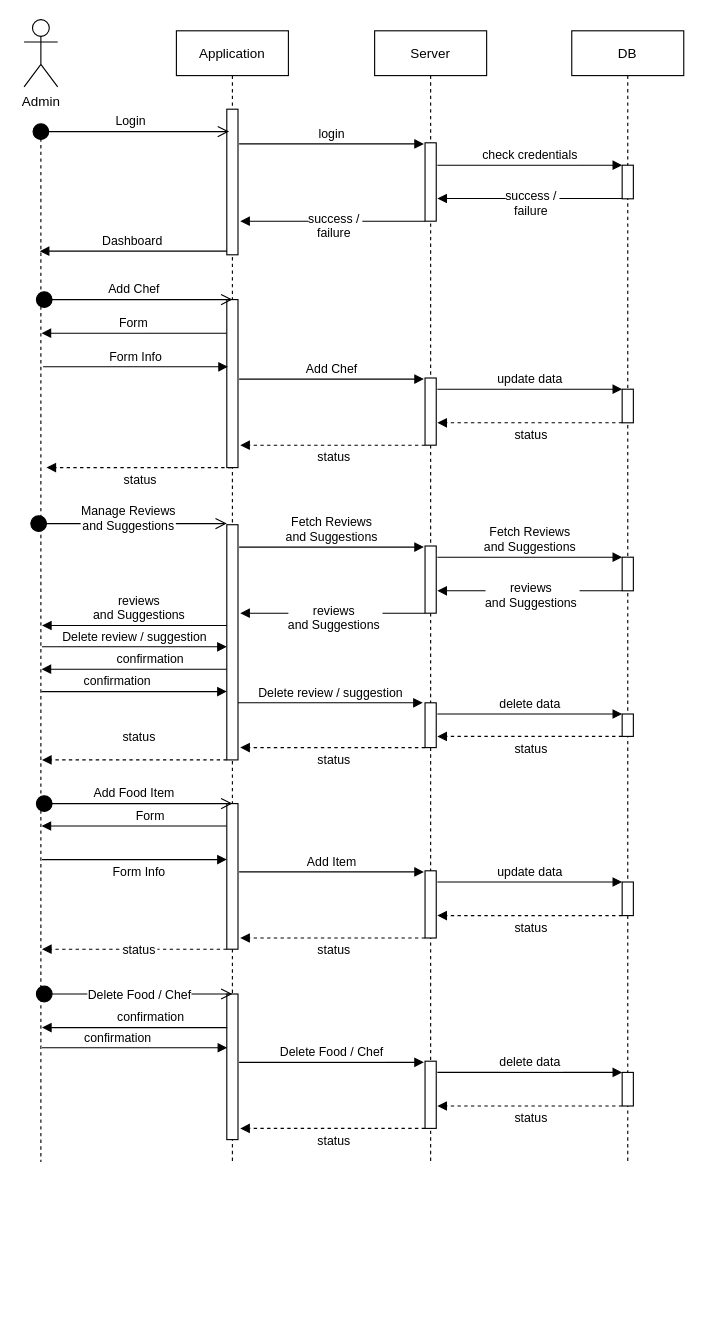
Earlier version of the draw.io diagram assets/SequenceAdmin.drawio (ashawe/Restaurant-Ordering-System). Source tidied: cells renumbered, new cells numbered last; positions are measured from the earlier drawing's top-left corner, leaving out a move shared by most shapes. Both pictures are drawn from the tidied source at 112%, with x=0, y=0 at pixel (24, 19).
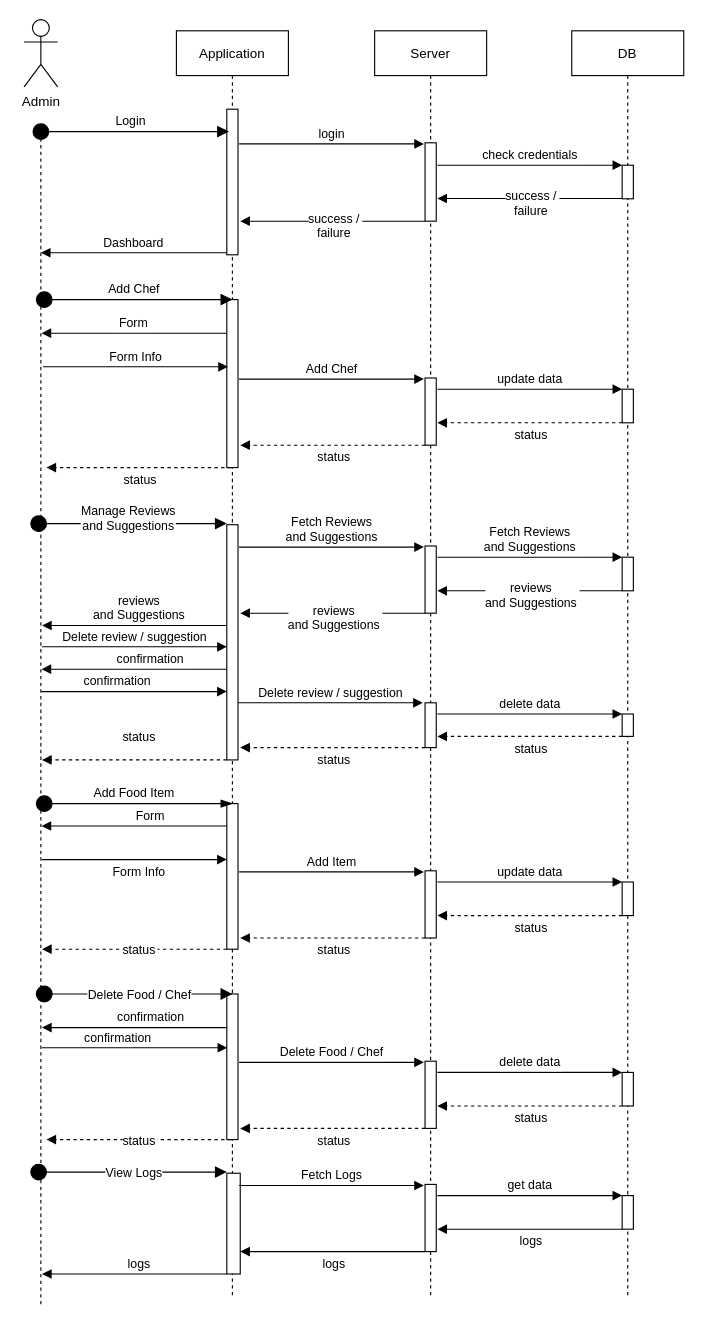
After the change.

Unchanged cells that the change refers to:
```xml
<mxCell id="3" style="points=[];perimeter=orthogonalPerimeter;rounded=0;shadow=0;strokeWidth=1;" parent="2" vertex="1">
  <mxGeometry x="45" y="70" width="10" height="130" as="geometry" />
</mxCell>
```

Change to the diagram source:
```diff
@@
     <mxCell id="2" value="Application" style="shape=umlLifeline;perimeter=lifelinePerimeter;rounded=0;shadow=0;strokeWidth=1;" parent="1" vertex="1">
-      <mxGeometry x="136" y="10" width="100" height="1010" as="geometry" />
+      <mxGeometry x="136" y="10" width="100" height="1130" as="geometry" />
     </mxCell>
@@
-    <mxCell id="6" value="&lt;div&gt;Manage Reviews&lt;/div&gt;and Suggestions" style="html=1;verticalAlign=bottom;startArrow=circle;startFill=1;endArrow=open;startSize=6;endSize=8;rounded=0;edgeStyle=orthogonalEdgeStyle;" parent="2" edge="1">
+    <mxCell id="6" value="&lt;div&gt;Manage Reviews&lt;/div&gt;and Suggestions" style="html=1;verticalAlign=bottom;startArrow=circle;startFill=1;endArrow=block;startSize=6;endSize=8;rounded=0;edgeStyle=orthogonalEdgeStyle;endFill=1;" parent="2" edge="1">
       <mxGeometry y="-11" relative="1" as="geometry">
         <mxPoint x="-131" y="440" as="sourcePoint" />
         <mxPoint x="45" y="440" as="targetPoint" />
         <Array as="points">
           <mxPoint x="-121" y="440" />
           <mxPoint x="-121" y="440" />
         </Array>
       </mxGeometry>
     </mxCell>
@@
-    <mxCell id="11" value="Add Food Item" style="html=1;verticalAlign=bottom;startArrow=circle;startFill=1;endArrow=open;startSize=6;endSize=8;rounded=0;edgeStyle=orthogonalEdgeStyle;" parent="2" edge="1">
+    <mxCell id="11" value="Add Food Item" style="html=1;verticalAlign=bottom;startArrow=circle;startFill=1;endArrow=blockThin;startSize=6;endSize=8;rounded=0;edgeStyle=orthogonalEdgeStyle;endFill=1;" parent="2" edge="1">
       <mxGeometry relative="1" as="geometry">
         <mxPoint x="-126" y="690" as="sourcePoint" />
         <mxPoint x="50" y="690" as="targetPoint" />
         <Array as="points">
           <mxPoint x="-116" y="690" />
           <mxPoint x="-116" y="690" />
         </Array>
       </mxGeometry>
     </mxCell>
@@
-    <mxCell id="14" value="Delete Food / Chef" style="html=1;verticalAlign=bottom;startArrow=circle;startFill=1;endArrow=open;startSize=6;endSize=8;rounded=0;edgeStyle=orthogonalEdgeStyle;" parent="2" edge="1">
+    <mxCell id="14" value="Delete Food / Chef" style="html=1;verticalAlign=bottom;startArrow=circle;startFill=1;endArrow=block;startSize=6;endSize=8;rounded=0;edgeStyle=orthogonalEdgeStyle;endFill=1;" parent="2" edge="1">
       <mxGeometry x="0.06" y="-10" relative="1" as="geometry">
         <mxPoint x="-126" y="860" as="sourcePoint" />
         <mxPoint x="50" y="860" as="targetPoint" />
         <Array as="points">
           <mxPoint x="-116" y="860" />
           <mxPoint x="-116" y="860" />
         </Array>
       </mxGeometry>
     </mxCell>
@@
+    <mxCell id="67" value="View Logs" style="html=1;verticalAlign=bottom;startArrow=circle;startFill=1;endArrow=block;startSize=6;endSize=8;rounded=0;edgeStyle=orthogonalEdgeStyle;endFill=1;" parent="2" edge="1">
+      <mxGeometry x="0.06" y="-10" relative="1" as="geometry">
+        <mxPoint x="-131" y="1019" as="sourcePoint" />
+        <mxPoint x="45" y="1019" as="targetPoint" />
+        <Array as="points">
+          <mxPoint x="-121" y="1019" />
+          <mxPoint x="-121" y="1019" />
+        </Array>
+      </mxGeometry>
+    </mxCell>
+    <mxCell id="68" style="perimeter=orthogonalPerimeter;rounded=0;shadow=0;strokeWidth=1;" parent="2" vertex="1">
+      <mxGeometry x="45" y="1020" width="12" height="90" as="geometry" />
+    </mxCell>
+    <mxCell id="69" value="logs" style="verticalAlign=bottom;endArrow=block;entryX=1;entryY=0;shadow=0;strokeWidth=1;" parent="2" edge="1">
+      <mxGeometry x="-0.05" relative="1" as="geometry">
+        <mxPoint x="45" y="1110" as="sourcePoint" />
+        <mxPoint x="-120" y="1110" as="targetPoint" />
+      </mxGeometry>
+    </mxCell>
     <mxCell id="18" value="Server" style="shape=umlLifeline;perimeter=lifelinePerimeter;rounded=0;shadow=0;strokeWidth=1;" parent="1" vertex="1">
-      <mxGeometry x="313" y="10" width="100" height="1010" as="geometry" />
+      <mxGeometry x="313" y="10" width="100" height="1130" as="geometry" />
     </mxCell>
@@
+    <mxCell id="70" style="perimeter=orthogonalPerimeter;rounded=0;shadow=0;strokeWidth=1;" parent="18" vertex="1">
+      <mxGeometry x="45" y="1030" width="10" height="60" as="geometry" />
+    </mxCell>
+    <mxCell id="71" value="Fetch Logs" style="verticalAlign=bottom;endArrow=block;entryX=1;entryY=0;shadow=0;strokeWidth=1;" parent="18" edge="1">
+      <mxGeometry relative="1" as="geometry">
+        <mxPoint x="-121" y="1031" as="sourcePoint" />
+        <mxPoint x="44" y="1031" as="targetPoint" />
+      </mxGeometry>
+    </mxCell>
+    <mxCell id="72" value="logs" style="verticalAlign=bottom;endArrow=block;entryX=1;entryY=0;shadow=0;strokeWidth=1;" parent="18" edge="1">
+      <mxGeometry x="-0.02" y="20" relative="1" as="geometry">
+        <mxPoint x="45" y="1090" as="sourcePoint" />
+        <mxPoint x="-120" y="1090" as="targetPoint" />
+      </mxGeometry>
+    </mxCell>
@@
     <mxCell id="36" style="line;strokeWidth=1;direction=south;html=1;dashed=1;" parent="1" vertex="1">
-      <mxGeometry x="10" y="100" width="10" height="920" as="geometry" />
+      <mxGeometry x="10" y="100" width="10" height="1050" as="geometry" />
     </mxCell>
-    <mxCell id="37" value="Dashboard" style="verticalAlign=bottom;endArrow=block;entryX=0.116;entryY=0.6;shadow=0;strokeWidth=1;entryDx=0;entryDy=0;entryPerimeter=0;" parent="1" edge="1" source="3" target="36">
+    <mxCell id="37" value="Dashboard" style="verticalAlign=bottom;endArrow=block;entryX=0.103;entryY=0.5;shadow=0;strokeWidth=1;entryDx=0;entryDy=0;entryPerimeter=0;" parent="1" edge="1" source="3" target="36">
       <mxGeometry relative="1" as="geometry" />
     </mxCell>
-    <mxCell id="38" value="Login" style="html=1;verticalAlign=bottom;startArrow=circle;startFill=1;endArrow=open;startSize=6;endSize=8;rounded=0;edgeStyle=orthogonalEdgeStyle;" parent="1" edge="1">
+    <mxCell id="38" value="Login" style="html=1;verticalAlign=bottom;startArrow=circle;startFill=1;endArrow=block;startSize=6;endSize=8;rounded=0;edgeStyle=orthogonalEdgeStyle;endFill=1;" parent="1" edge="1">
       <mxGeometry relative="1" as="geometry">
         <mxPoint x="7" y="100" as="sourcePoint" />
         <mxPoint x="183" y="100" as="targetPoint" />
         <Array as="points">
           <mxPoint x="17" y="100" />
           <mxPoint x="17" y="100" />
         </Array>
       </mxGeometry>
     </mxCell>
     <mxCell id="39" value="DB" style="shape=umlLifeline;perimeter=lifelinePerimeter;rounded=0;shadow=0;strokeWidth=1;" parent="1" vertex="1">
-      <mxGeometry x="489" y="10" width="100" height="1010" as="geometry" />
+      <mxGeometry x="489" y="10" width="100" height="1130" as="geometry" />
     </mxCell>
@@
+    <mxCell id="73" style="perimeter=orthogonalPerimeter;rounded=0;shadow=0;strokeWidth=1;" parent="39" vertex="1">
+      <mxGeometry x="45" y="1040" width="10" height="30" as="geometry" />
+    </mxCell>
+    <mxCell id="74" value="get data" style="verticalAlign=bottom;endArrow=block;entryX=1;entryY=0;shadow=0;strokeWidth=1;" parent="39" edge="1">
+      <mxGeometry relative="1" as="geometry">
+        <mxPoint x="-120" y="1040" as="sourcePoint" />
+        <mxPoint x="45" y="1040" as="targetPoint" />
+      </mxGeometry>
+    </mxCell>
+    <mxCell id="75" value="logs" style="verticalAlign=bottom;endArrow=block;entryX=1;entryY=0;shadow=0;strokeWidth=1;" parent="39" edge="1">
+      <mxGeometry x="-0.02" y="20" relative="1" as="geometry">
+        <mxPoint x="45" y="1070" as="sourcePoint" />
+        <mxPoint x="-120" y="1070" as="targetPoint" />
+      </mxGeometry>
+    </mxCell>
@@
-    <mxCell id="58" value="Add Chef" style="html=1;verticalAlign=bottom;startArrow=circle;startFill=1;endArrow=open;startSize=6;endSize=8;rounded=0;edgeStyle=orthogonalEdgeStyle;" parent="1" edge="1">
+    <mxCell id="58" value="Add Chef" style="html=1;verticalAlign=bottom;startArrow=circle;startFill=1;endArrow=block;startSize=6;endSize=8;rounded=0;edgeStyle=orthogonalEdgeStyle;endFill=1;" parent="1" edge="1">
       <mxGeometry relative="1" as="geometry">
         <mxPoint x="10" y="250" as="sourcePoint" />
         <mxPoint x="186" y="250" as="targetPoint" />
         <Array as="points">
           <mxPoint x="20" y="250" />
           <mxPoint x="20" y="250" />
         </Array>
       </mxGeometry>
     </mxCell>
@@
+    <mxCell id="76" value="status" style="verticalAlign=bottom;endArrow=block;entryX=1;entryY=0;shadow=0;strokeWidth=1;dashed=1;" parent="1" edge="1">
+      <mxGeometry x="-0.01" y="10" relative="1" as="geometry">
+        <mxPoint x="185" y="1000" as="sourcePoint" />
+        <mxPoint x="20" y="1000" as="targetPoint" />
+      </mxGeometry>
+    </mxCell>
```
